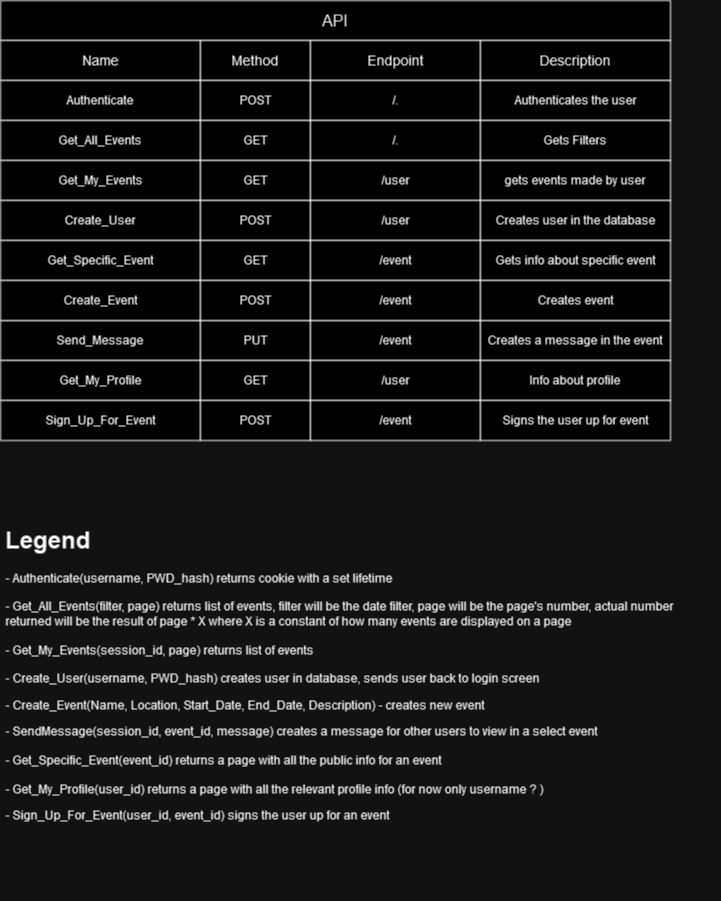
Earlier version of the draw.io export Navrh/Diagramy/API.png (RatsAreNice/ITU-2023). Source tidied: cells renumbered, new cells last; positions are measured from the earlier drawing's top-left corner, leaving out a move shared by most shapes.
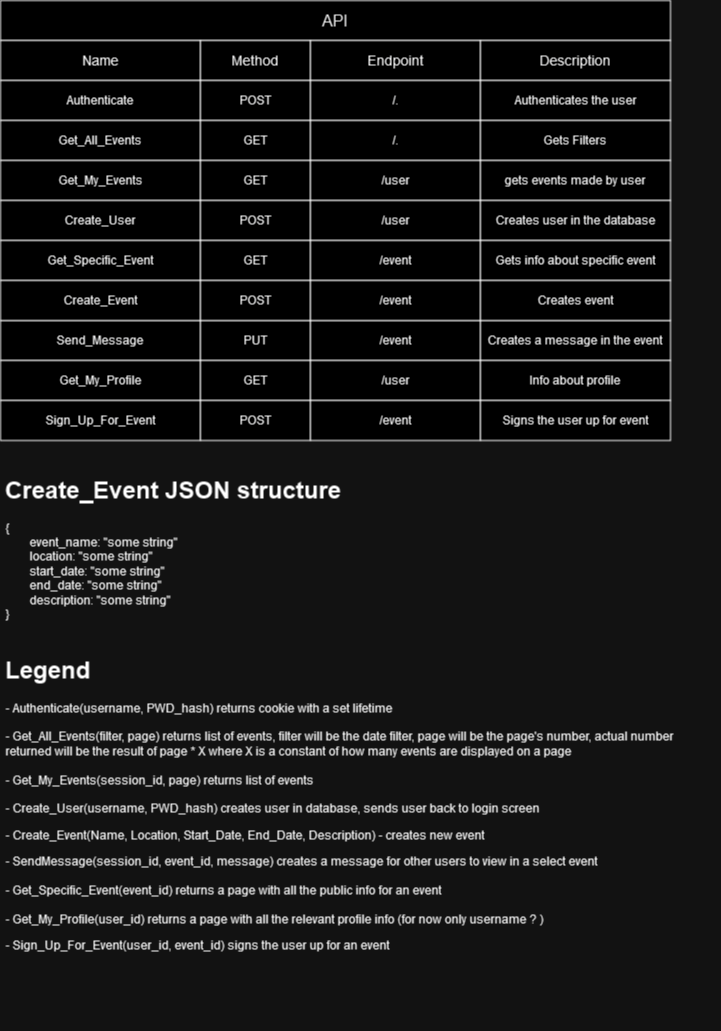
The same diagram one commit later.

Change to the diagram source:
```diff
@@ -3,7 +3,7 @@
     <mxCell id="0" />
     <mxCell id="1" parent="0" />
     <mxCell id="2" value="&lt;h1&gt;Legend&lt;/h1&gt;&lt;p&gt;- Authenticate(username, PWD_hash) returns cookie with a set lifetime&lt;br&gt;&lt;br&gt;- Get_All_Events(filter, page) returns list of events, filter will be the date filter, page will be the page's number, actual number returned will be the result of page * X where X is a constant of how many events are displayed on a page&lt;br&gt;&lt;br&gt;- Get_My_Events(session_id, page) returns list of events&lt;br&gt;&lt;br&gt;- Create_User(username, PWD_hash) creates user in database, sends user back to login screen&lt;/p&gt;&lt;p&gt;- Create_Event(Name, Location, Start_Date, End_Date, Description) - creates new event&lt;br&gt;&lt;/p&gt;&lt;p&gt;- SendMessage(session_id, event_id, message) creates a message for other users to view in a select event&lt;br&gt;&lt;br&gt;- Get_Specific_Event(event_id) returns a page with all the public info for an event&lt;br&gt;&lt;br&gt;- Get_My_Profile(user_id) returns a page with all the relevant profile info (for now only username ? )&lt;br&gt;&lt;/p&gt;&lt;p&gt;- Sign_Up_For_Event(user_id, event_id) signs the user up for an event&lt;br&gt;&lt;/p&gt;" style="text;html=1;strokeColor=none;fillColor=none;spacing=5;spacingTop=-20;whiteSpace=wrap;overflow=hidden;rounded=0;" parent="1" vertex="1">
-      <mxGeometry y="520" width="720" height="380" as="geometry" />
+      <mxGeometry y="650" width="720" height="380" as="geometry" />
     </mxCell>
     <mxCell id="3" value="&lt;font style=&quot;font-size: 16px;&quot;&gt;API&lt;/font&gt;" style="rounded=0;whiteSpace=wrap;html=1;" parent="1" vertex="1">
       <mxGeometry width="670" height="40" as="geometry" />
@@ -128,5 +128,8 @@
     <mxCell id="43" value="Creates event" style="rounded=0;whiteSpace=wrap;html=1;" parent="1" vertex="1">
       <mxGeometry x="480" y="280" width="190" height="40" as="geometry" />
     </mxCell>
+    <mxCell id="44" value="&lt;h1&gt;Create_Event JSON structure&lt;br&gt;&lt;/h1&gt;&lt;p&gt;{&lt;br&gt;&lt;span style=&quot;white-space: pre;&quot;&gt;&#9;&lt;/span&gt;event_name: &quot;some string&quot;&lt;br&gt;&lt;span style=&quot;white-space: pre;&quot;&gt;&#9;&lt;/span&gt;location: &quot;some string&quot;&lt;br&gt;&lt;span style=&quot;white-space: pre;&quot;&gt;&#9;&lt;/span&gt;start_date: &quot;some string&quot;&lt;br&gt;&lt;span style=&quot;white-space: pre;&quot;&gt;&#9;&lt;/span&gt;end_date: &quot;some string&quot;&lt;br&gt;&lt;span style=&quot;white-space: pre;&quot;&gt;&#9;&lt;/span&gt;description: &quot;some string&quot;&lt;br&gt;}&lt;br&gt;&lt;/p&gt;" style="text;html=1;strokeColor=none;fillColor=none;spacing=5;spacingTop=-20;whiteSpace=wrap;overflow=hidden;rounded=0;" parent="1" vertex="1">
+      <mxGeometry y="470" width="505" height="160" as="geometry" />
+    </mxCell>
   </root>
 </mxGraphModel>
```
